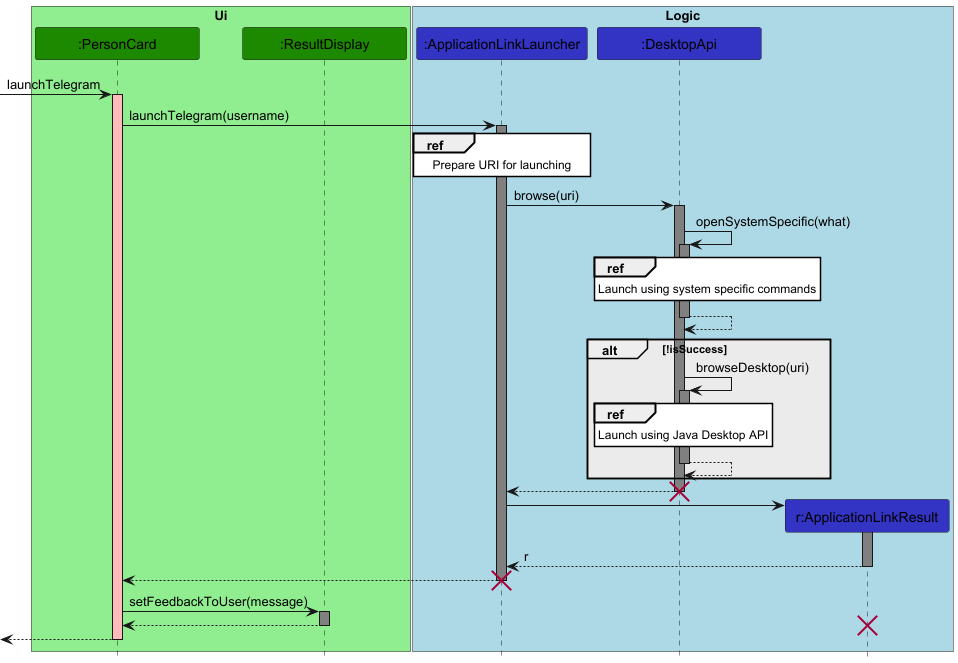
Above: docs/images/UiLaunchTelegramSequenceDiagram.png in AY2526S1-CS2103-F12-2/tp (PlantUML), before the change.
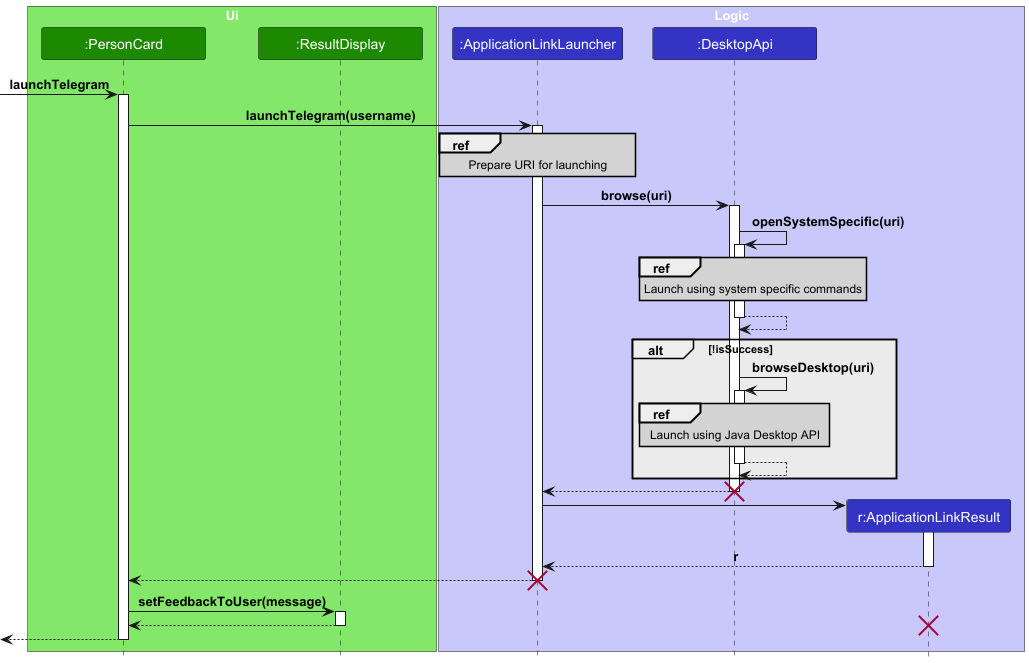
After the change.

The edit, as a diff of the source:
```diff
@@ -1,27 +1,28 @@
 @startuml
+!include style.puml
 autoactivate on
 hide footbox
 skinparam minClassWidth 150
-skinparam sequenceReferenceBackgroundColor #fffff
-box "Ui" #lightgreen
+skinparam sequenceReferenceBackgroundColor #D3D3D3
+box "Ui" UI_COLOR_T1
 participant ":PersonCard" #1D8900
 participant ":ResultDisplay" #1D8900
 
-box "Logic" #LightBlue
-participant ":ApplicationLinkLauncher" #3333C4
+box "Logic" LOGIC_COLOR_T1
+participant ":ApplicationLinkLauncher" LOGIC_COLOR
 participant ":DesktopApi" #3333C4
 participant "r:ApplicationLinkResult" #3333C4
 end box
 
 
--> ":PersonCard" #FFBBBB : launchTelegram
-":PersonCard" -> ":ApplicationLinkLauncher" #gray : launchTelegram(username)
+-> ":PersonCard" : launchTelegram
+":PersonCard" -> ":ApplicationLinkLauncher" : launchTelegram(username)
 ref over ":ApplicationLinkLauncher"
     Prepare URI for launching
 end ref
 
-":ApplicationLinkLauncher" -> ":DesktopApi" #Grey : browse(uri)
-":DesktopApi" -> ":DesktopApi" #gray : openSystemSpecific(what)
+":ApplicationLinkLauncher" -> ":DesktopApi" : browse(uri)
+":DesktopApi" -> ":DesktopApi" : openSystemSpecific(uri)
 
 
 ref over ":DesktopApi"
@@ -30,7 +31,7 @@
 return
 alt #ebebeb !isSuccess
 
-":DesktopApi" -> ":DesktopApi" #gray : browseDesktop(uri)
+":DesktopApi" -> ":DesktopApi" : browseDesktop(uri)
 ref over ":DesktopApi"
     Launch using Java Desktop API
 end ref
@@ -41,12 +42,12 @@
 
 
 create "r:ApplicationLinkResult"
-":ApplicationLinkLauncher" -> "r:ApplicationLinkResult" #Grey :
+":ApplicationLinkLauncher" -> "r:ApplicationLinkResult" :
 return r
 return
 destroy ":ApplicationLinkLauncher"
 
-":PersonCard" -> ":ResultDisplay" #gray : setFeedbackToUser(message)
+":PersonCard" -> ":ResultDisplay" : setFeedbackToUser(message)
 return
 
 destroy "r:ApplicationLinkResult"
```
